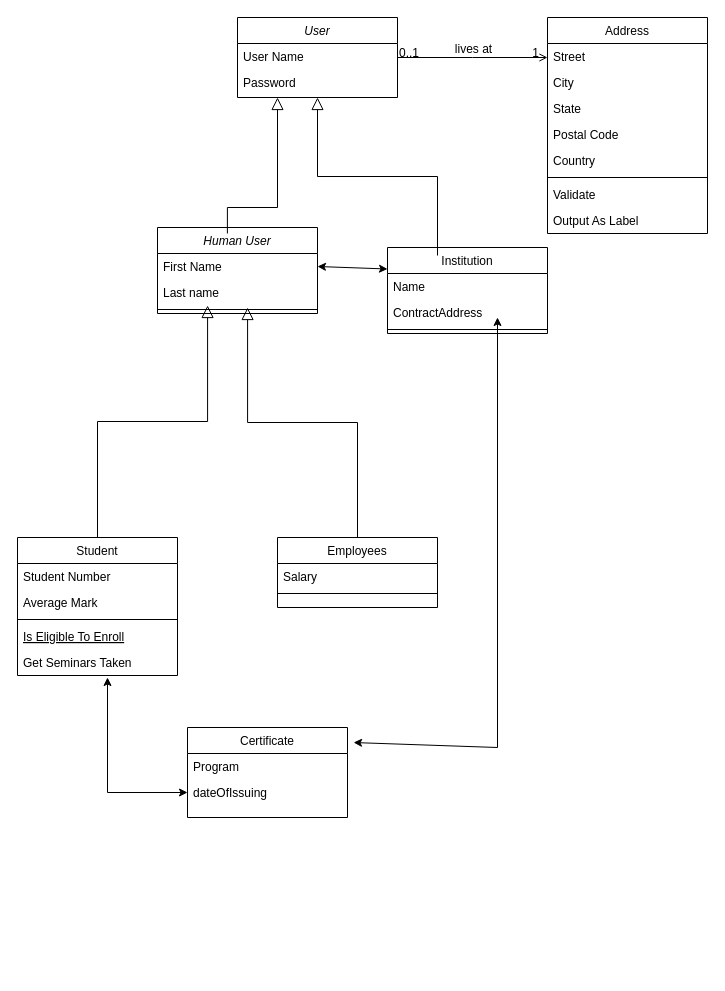
Earlier version of the draw.io diagram diagram.drawio (momolakeit/certChain). Source tidied: cells renumbered, new cells numbered last; positions are measured from the earlier drawing's top-left corner, leaving out a move shared by most shapes. Both pictures are drawn from the tidied source at 100%, with x=0, y=0 at pixel (17, 17).
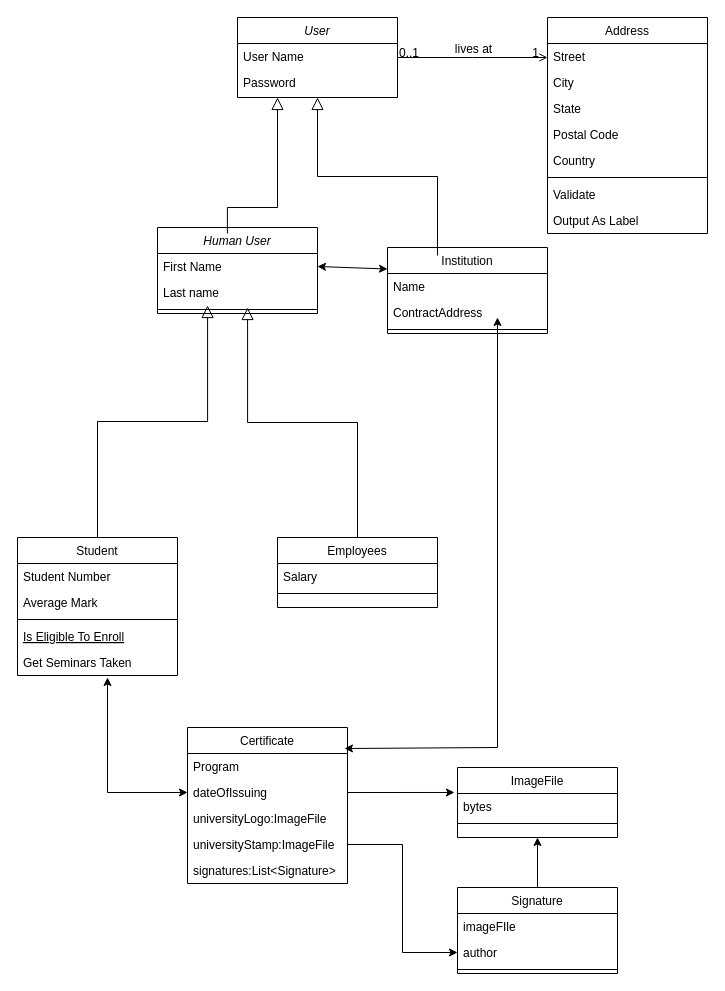
After the change.

The change refers to these unchanged cells:
```xml
<mxCell id="41" value="Program" style="text;align=left;verticalAlign=top;spacingLeft=4;spacingRight=4;overflow=hidden;points=[[0,0.5],[1,0.5]];portConstraint=eastwest;" parent="40" vertex="1">
  <mxGeometry y="26" width="160" height="26" as="geometry" />
</mxCell>
```

What changed in the source:
```diff
@@
     <mxCell id="40" value="Certificate" style="swimlane;fontStyle=0;align=center;verticalAlign=top;horizontal=1;startSize=26;rounded=0;shadow=0;strokeWidth=1;" parent="1" vertex="1">
-      <mxGeometry x="170" y="710" width="160" height="90" as="geometry" />
+      <mxGeometry x="170" y="710" width="160" height="156" as="geometry" />
     </mxCell>
@@
-    <mxCell id="42" value="dateOfIssuing&#10;" style="text;align=left;verticalAlign=top;spacingLeft=4;spacingRight=4;overflow=hidden;points=[[0,0.5],[1,0.5]];portConstraint=eastwest;rounded=0;shadow=0;html=0;" parent="40" vertex="1">
-      <mxGeometry y="52" width="160" height="26" as="geometry" />
-    </mxCell>
+    <mxCell id="45" value="dateOfIssuing&#10;" style="text;align=left;verticalAlign=top;spacingLeft=4;spacingRight=4;overflow=hidden;points=[[0,0.5],[1,0.5]];portConstraint=eastwest;rounded=0;shadow=0;html=0;" parent="40" vertex="1">
+      <mxGeometry y="52" width="160" height="26" as="geometry" />
+    </mxCell>
+    <mxCell id="46" value="universityLogo:ImageFile&#10;" style="text;align=left;verticalAlign=top;spacingLeft=4;spacingRight=4;overflow=hidden;rounded=0;shadow=0;html=0;" parent="40" vertex="1">
+      <mxGeometry y="78" width="160" height="26" as="geometry" />
+    </mxCell>
+    <mxCell id="47" value="universityStamp:ImageFile" style="text;align=left;verticalAlign=top;spacingLeft=4;spacingRight=4;overflow=hidden;points=[[0,0.5],[1,0.5]];portConstraint=eastwest;rounded=0;shadow=0;html=0;" parent="40" vertex="1">
+      <mxGeometry y="104" width="160" height="26" as="geometry" />
+    </mxCell>
-    <mxCell id="43" style="endArrow=classic;startArrow=classic;html=1;exitX=0;exitY=0.5;exitDx=0;exitDy=0;rounded=0;" parent="1" edge="1" source="42">
+    <mxCell id="43" style="endArrow=classic;startArrow=classic;html=1;exitX=0;exitY=0.5;exitDx=0;exitDy=0;rounded=0;" parent="1" edge="1" source="45">
       <mxGeometry relative="1" as="geometry">
         <mxPoint x="90" y="660" as="targetPoint" />
         <Array as="points">
           <mxPoint x="90" y="775" />
         </Array>
       </mxGeometry>
     </mxCell>
-    <mxCell id="44" style="endArrow=classic;startArrow=classic;html=1;exitX=1.038;exitY=0.167;exitDx=0;exitDy=0;exitPerimeter=0;rounded=0;" parent="1" edge="1" source="40">
+    <mxCell id="44" style="endArrow=classic;startArrow=classic;html=1;exitX=0.981;exitY=-0.192;exitDx=0;exitDy=0;exitPerimeter=0;rounded=0;" parent="1" edge="1" source="41">
       <mxGeometry relative="1" as="geometry">
         <mxPoint x="480" y="300" as="targetPoint" />
         <Array as="points">
           <mxPoint x="480" y="730" />
         </Array>
       </mxGeometry>
     </mxCell>
+    <mxCell id="48" value="ImageFile" style="swimlane;fontStyle=0;align=center;verticalAlign=top;horizontal=1;startSize=26;rounded=0;shadow=0;strokeWidth=1;" parent="1" vertex="1">
+      <mxGeometry x="440" y="750" width="160" height="70" as="geometry" />
+    </mxCell>
+    <mxCell id="49" value="bytes" style="text;align=left;verticalAlign=top;spacingLeft=4;spacingRight=4;overflow=hidden;" parent="48" vertex="1">
+      <mxGeometry y="26" width="160" height="26" as="geometry" />
+    </mxCell>
+    <mxCell id="50" style="line;html=1;strokeWidth=1;align=left;verticalAlign=middle;spacingTop=-1;spacingLeft=3;spacingRight=3;labelPosition=right;" parent="48" vertex="1">
+      <mxGeometry y="52" width="160" height="8" as="geometry" />
+    </mxCell>
+    <mxCell id="51" style="edgeStyle=orthogonalEdgeStyle;rounded=0;jettySize=auto;html=1;exitX=0.5;exitY=0;exitDx=0;exitDy=0;entryX=0.5;entryY=1;entryDx=0;entryDy=0;" parent="1" edge="1" source="52" target="48">
+      <mxGeometry relative="1" as="geometry" />
+    </mxCell>
+    <mxCell id="52" value="Signature" style="swimlane;fontStyle=0;align=center;verticalAlign=top;horizontal=1;startSize=26;rounded=0;shadow=0;strokeWidth=1;" parent="1" vertex="1">
+      <mxGeometry x="440" y="870" width="160" height="86" as="geometry" />
+    </mxCell>
+    <mxCell id="53" value="imageFIle" style="text;align=left;verticalAlign=top;spacingLeft=4;spacingRight=4;overflow=hidden;" parent="52" vertex="1">
+      <mxGeometry y="26" width="160" height="26" as="geometry" />
+    </mxCell>
+    <mxCell id="54" value="author&#10;" style="text;align=left;verticalAlign=top;spacingLeft=4;spacingRight=4;overflow=hidden;points=[[0,0.5],[1,0.5]];portConstraint=eastwest;" parent="52" vertex="1">
+      <mxGeometry y="52" width="160" height="26" as="geometry" />
+    </mxCell>
+    <mxCell id="55" style="line;html=1;strokeWidth=1;align=left;verticalAlign=middle;spacingTop=-1;spacingLeft=3;spacingRight=3;labelPosition=right;" parent="52" vertex="1">
+      <mxGeometry y="78" width="160" height="8" as="geometry" />
+    </mxCell>
+    <mxCell id="42" value="signatures:List&lt;Signature&gt;" style="text;align=left;verticalAlign=top;spacingLeft=4;spacingRight=4;overflow=hidden;points=[[0,0.5],[1,0.5]];portConstraint=eastwest;rounded=0;shadow=0;html=0;" parent="1" vertex="1">
+      <mxGeometry x="170" y="840" width="160" height="26" as="geometry" />
+    </mxCell>
+    <mxCell id="56" style="edgeStyle=orthogonalEdgeStyle;rounded=0;jettySize=auto;html=1;exitX=1;exitY=0.5;exitDx=0;exitDy=0;entryX=0;entryY=0.5;entryDx=0;entryDy=0;" parent="1" edge="1" source="47" target="54">
+      <mxGeometry relative="1" as="geometry" />
+    </mxCell>
+    <mxCell id="57" style="edgeStyle=orthogonalEdgeStyle;rounded=0;jettySize=auto;html=1;exitX=1;exitY=0.5;exitDx=0;exitDy=0;entryX=-0.019;entryY=0.357;entryDx=0;entryDy=0;entryPerimeter=0;" parent="1" edge="1" source="45" target="48">
+      <mxGeometry relative="1" as="geometry" />
+    </mxCell>
```
